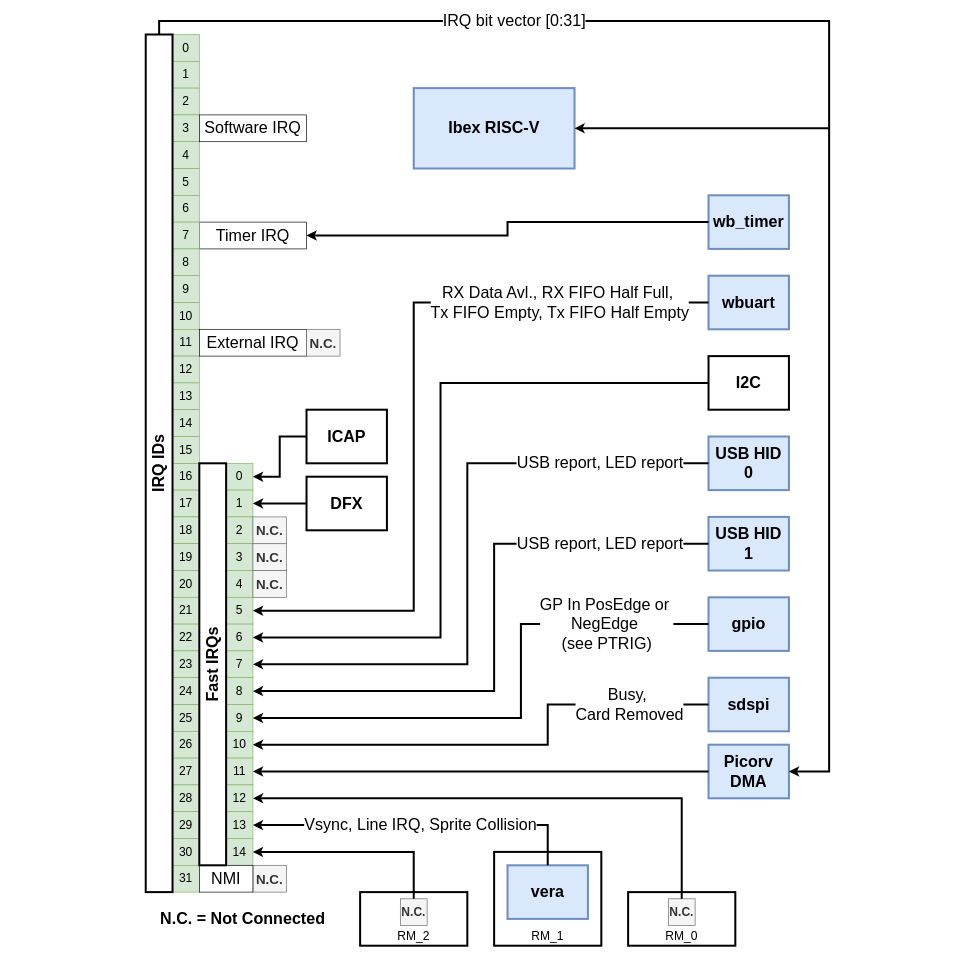
Before: assets/irq_diagram.drawio in epsilon537/boxlambda, a draw.io diagram. Source tidied: cells renumbered, new cells numbered last; positions are measured from the earlier drawing's top-left corner, leaving out a move shared by most shapes. Both pictures are drawn from the tidied source at 67%, with x=0, y=0 at pixel (-270, 21).
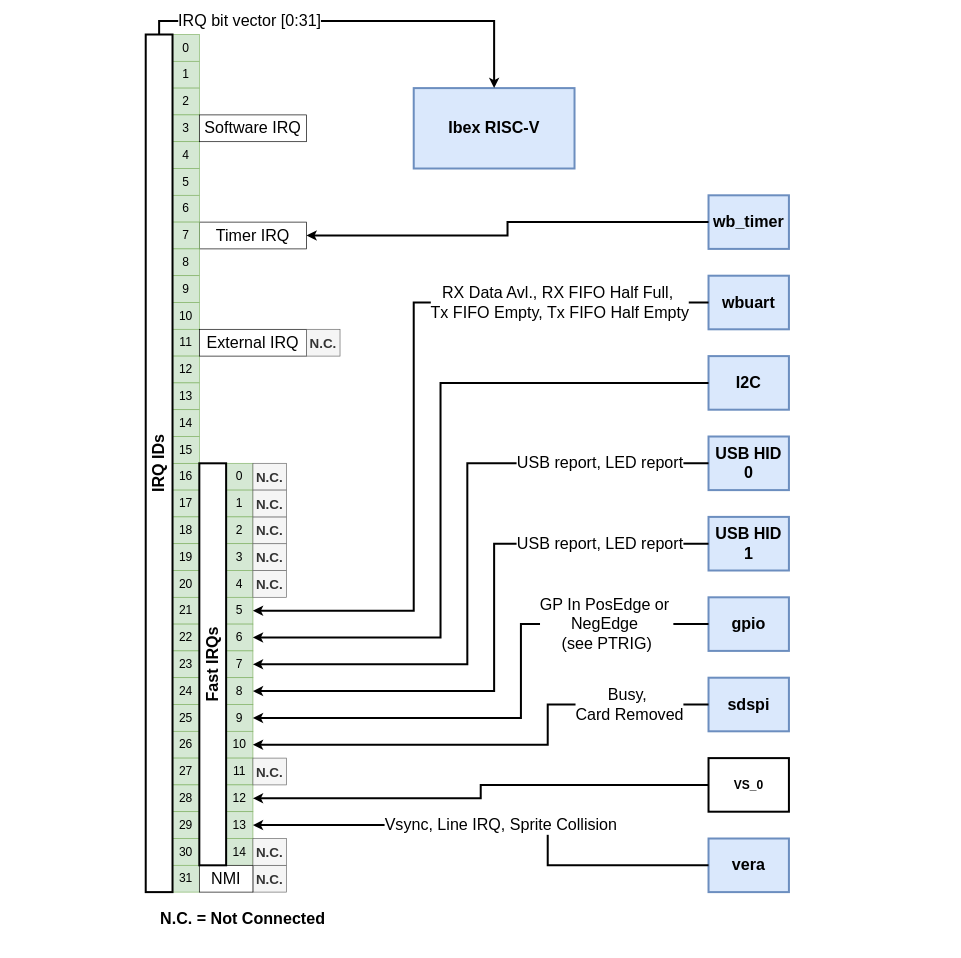
Above is the later version.

The change refers to these unchanged cells:
```xml
<mxCell id="50" value="0" style="rounded=0;whiteSpace=wrap;html=1;fontSize=18;fillColor=#d5e8d4;strokeColor=#82b366;" parent="1" vertex="1">
  <mxGeometry x="740" y="660" width="40" height="40" as="geometry" />
</mxCell>
<mxCell id="51" value="1" style="rounded=0;whiteSpace=wrap;html=1;fontSize=18;fillColor=#d5e8d4;strokeColor=#82b366;" parent="1" vertex="1">
  <mxGeometry x="740" y="700" width="40" height="40" as="geometry" />
</mxCell>
<mxCell id="61" value="11" style="rounded=0;whiteSpace=wrap;html=1;fontSize=18;fillColor=#d5e8d4;strokeColor=#82b366;" parent="1" vertex="1">
  <mxGeometry x="740" y="1100" width="40" height="40" as="geometry" />
</mxCell>
<mxCell id="62" value="12" style="rounded=0;whiteSpace=wrap;html=1;fontSize=18;fillColor=#d5e8d4;strokeColor=#82b366;" parent="1" vertex="1">
  <mxGeometry x="740" y="1140" width="40" height="40" as="geometry" />
</mxCell>
<mxCell id="64" value="14" style="rounded=0;whiteSpace=wrap;html=1;fontSize=18;fillColor=#d5e8d4;strokeColor=#82b366;" parent="1" vertex="1">
  <mxGeometry x="740" y="1220" width="40" height="40" as="geometry" />
</mxCell>
<mxCell id="86" value="Ibex RISC-V" style="rounded=0;whiteSpace=wrap;html=1;fontSize=24;fillColor=#dae8fc;strokeColor=#6c8ebf;fontStyle=1;strokeWidth=3;" parent="1" vertex="1">
  <mxGeometry x="1020" y="100" width="240" height="120" as="geometry" />
</mxCell>
<mxCell id="93" value="IRQ IDs" style="rounded=0;whiteSpace=wrap;html=1;fontSize=24;rotation=-90;fontStyle=1;strokeWidth=3;" parent="1" vertex="1">
  <mxGeometry y="640" width="1280" height="40" as="geometry" />
</mxCell>
```

Diff of the diagram source:
```diff
@@
-    <mxCell id="3" value="RM_1" style="rounded=0;whiteSpace=wrap;html=1;fontSize=18;verticalAlign=bottom;strokeWidth=3;" parent="1" vertex="1">
-      <mxGeometry x="1140" y="1240" width="160" height="140" as="geometry" />
-    </mxCell>
@@
     <mxCell id="8" value="vera" style="rounded=0;whiteSpace=wrap;html=1;fontSize=24;fillColor=#dae8fc;strokeColor=#6c8ebf;fontStyle=1;strokeWidth=3;" parent="1" vertex="1">
-      <mxGeometry x="1160" y="1260" width="120" height="80" as="geometry" />
+      <mxGeometry x="1460" y="1220" width="120" height="80" as="geometry" />
     </mxCell>
-    <mxCell id="9" value="Picorv DMA" style="rounded=0;whiteSpace=wrap;html=1;fontSize=24;fillColor=#dae8fc;strokeColor=#6c8ebf;fontStyle=1;strokeWidth=3;" parent="1" vertex="1">
-      <mxGeometry x="1460" y="1080" width="120" height="80" as="geometry" />
-    </mxCell>
@@
-    <mxCell id="13" value="I2C" style="rounded=0;whiteSpace=wrap;html=1;fontSize=24;fontStyle=1;strokeWidth=3;" parent="1" vertex="1">
+    <mxCell id="13" value="I2C" style="rounded=0;whiteSpace=wrap;html=1;fontSize=24;fontStyle=1;strokeWidth=3;fillColor=#dae8fc;strokeColor=#6c8ebf;" parent="1" vertex="1">
       <mxGeometry x="1460" y="500" width="120" height="80" as="geometry" />
     </mxCell>
-    <mxCell id="14" value="ICAP" style="rounded=0;whiteSpace=wrap;html=1;fontSize=24;fontStyle=1;strokeWidth=3;" parent="1" vertex="1">
-      <mxGeometry x="860" y="580" width="120" height="80" as="geometry" />
-    </mxCell>
-    <mxCell id="15" value="DFX" style="rounded=0;whiteSpace=wrap;html=1;fontSize=24;fontStyle=1;strokeWidth=3;" parent="1" vertex="1">
-      <mxGeometry x="860" y="680" width="120" height="80" as="geometry" />
-    </mxCell>
@@
-    <mxCell id="66" value="RM_0" style="rounded=0;whiteSpace=wrap;html=1;fontSize=18;verticalAlign=bottom;strokeWidth=3;" parent="1" vertex="1">
-      <mxGeometry x="1340" y="1300" width="160" height="80" as="geometry" />
+    <mxCell id="66" value="VS_0" style="rounded=0;whiteSpace=wrap;html=1;fontSize=18;verticalAlign=middle;strokeWidth=3;fontStyle=1;" parent="1" vertex="1">
+      <mxGeometry x="1460" y="1100" width="120" height="80" as="geometry" />
     </mxCell>
-    <mxCell id="67" value="RM_2" style="rounded=0;whiteSpace=wrap;html=1;fontSize=18;verticalAlign=bottom;strokeWidth=3;" parent="1" vertex="1">
-      <mxGeometry x="940" y="1300" width="160" height="80" as="geometry" />
-    </mxCell>
-    <mxCell id="68" value="N.C." style="rounded=0;whiteSpace=wrap;html=1;fontSize=18;fillColor=#f5f5f5;fontColor=#333333;strokeColor=#666666;fontStyle=1;" parent="1" vertex="1">
-      <mxGeometry x="1400" y="1310" width="40" height="40" as="geometry" />
-    </mxCell>
-    <mxCell id="69" value="N.C." style="rounded=0;whiteSpace=wrap;html=1;fontSize=18;fillColor=#f5f5f5;fontColor=#333333;strokeColor=#666666;fontStyle=1;" parent="1" vertex="1">
-      <mxGeometry x="1000" y="1310" width="40" height="40" as="geometry" />
-    </mxCell>
@@
-    <mxCell id="74" style="endArrow=classic;html=1;rounded=0;edgeStyle=orthogonalEdgeStyle;strokeWidth=3;" parent="1" edge="1" source="69" target="64">
-      <mxGeometry relative="1" as="geometry">
-        <Array as="points">
-          <mxPoint x="1020" y="1240" />
-        </Array>
-      </mxGeometry>
-    </mxCell>
@@
-    <mxCell id="76" style="endArrow=classic;html=1;rounded=0;edgeStyle=orthogonalEdgeStyle;strokeWidth=3;" parent="1" edge="1" source="68" target="62">
-      <mxGeometry relative="1" as="geometry">
-        <Array as="points">
-          <mxPoint x="1420" y="1160" />
-        </Array>
-      </mxGeometry>
+    <mxCell id="76" style="endArrow=classic;html=1;rounded=0;edgeStyle=orthogonalEdgeStyle;strokeWidth=3;" parent="1" edge="1" source="66" target="62">
+      <mxGeometry relative="1" as="geometry" />
     </mxCell>
-    <mxCell id="77" style="endArrow=classic;html=1;rounded=0;strokeWidth=3;" parent="1" edge="1" source="9" target="61">
-      <mxGeometry relative="1" as="geometry" />
-    </mxCell>
@@
-    <mxCell id="84" style="endArrow=classic;html=1;rounded=0;strokeWidth=3;" parent="1" edge="1" source="15" target="51">
-      <mxGeometry relative="1" as="geometry" />
-    </mxCell>
-    <mxCell id="85" style="endArrow=classic;html=1;rounded=0;edgeStyle=orthogonalEdgeStyle;strokeWidth=3;" parent="1" edge="1" source="14" target="50">
-      <mxGeometry relative="1" as="geometry" />
-    </mxCell>
@@
-    <mxCell id="87" value="IRQ bit vector [0:31]" style="endArrow=classic;html=1;rounded=0;edgeStyle=orthogonalEdgeStyle;fontSize=24;strokeWidth=3;" parent="1" edge="1" source="93" target="9">
+    <mxCell id="87" value="IRQ bit vector [0:31]" style="endArrow=classic;html=1;rounded=0;edgeStyle=orthogonalEdgeStyle;fontSize=24;strokeWidth=3;" parent="1" edge="1" source="93" target="86">
       <mxGeometry x="-0.5" relative="1" as="geometry">
         <Array as="points">
           <mxPoint x="640" />
-          <mxPoint x="1640" />
-          <mxPoint x="1640" y="1120" />
+          <mxPoint x="1140" />
         </Array>
       </mxGeometry>
     </mxCell>
-    <mxCell id="88" style="endArrow=classic;html=1;rounded=0;strokeWidth=3;" parent="1" edge="1" target="86">
-      <mxGeometry relative="1" as="geometry">
-        <mxPoint x="1640" y="160" as="sourcePoint" />
-      </mxGeometry>
-    </mxCell>
@@
+    <mxCell id="94" value="N.C." style="rounded=0;whiteSpace=wrap;html=1;fontSize=20;fillColor=#f5f5f5;strokeColor=#666666;fontColor=#333333;fontStyle=1;" parent="1" vertex="1">
+      <mxGeometry x="780" y="660" width="50" height="40" as="geometry" />
+    </mxCell>
+    <mxCell id="95" value="N.C." style="rounded=0;whiteSpace=wrap;html=1;fontSize=20;fillColor=#f5f5f5;strokeColor=#666666;fontColor=#333333;fontStyle=1;" parent="1" vertex="1">
+      <mxGeometry x="780" y="700" width="50" height="40" as="geometry" />
+    </mxCell>
+    <mxCell id="96" value="N.C." style="rounded=0;whiteSpace=wrap;html=1;fontSize=20;fillColor=#f5f5f5;strokeColor=#666666;fontColor=#333333;fontStyle=1;" parent="1" vertex="1">
+      <mxGeometry x="780" y="1100" width="50" height="40" as="geometry" />
+    </mxCell>
+    <mxCell id="97" value="N.C." style="rounded=0;whiteSpace=wrap;html=1;fontSize=20;fillColor=#f5f5f5;strokeColor=#666666;fontColor=#333333;fontStyle=1;" parent="1" vertex="1">
+      <mxGeometry x="780" y="1220" width="50" height="40" as="geometry" />
+    </mxCell>
```
